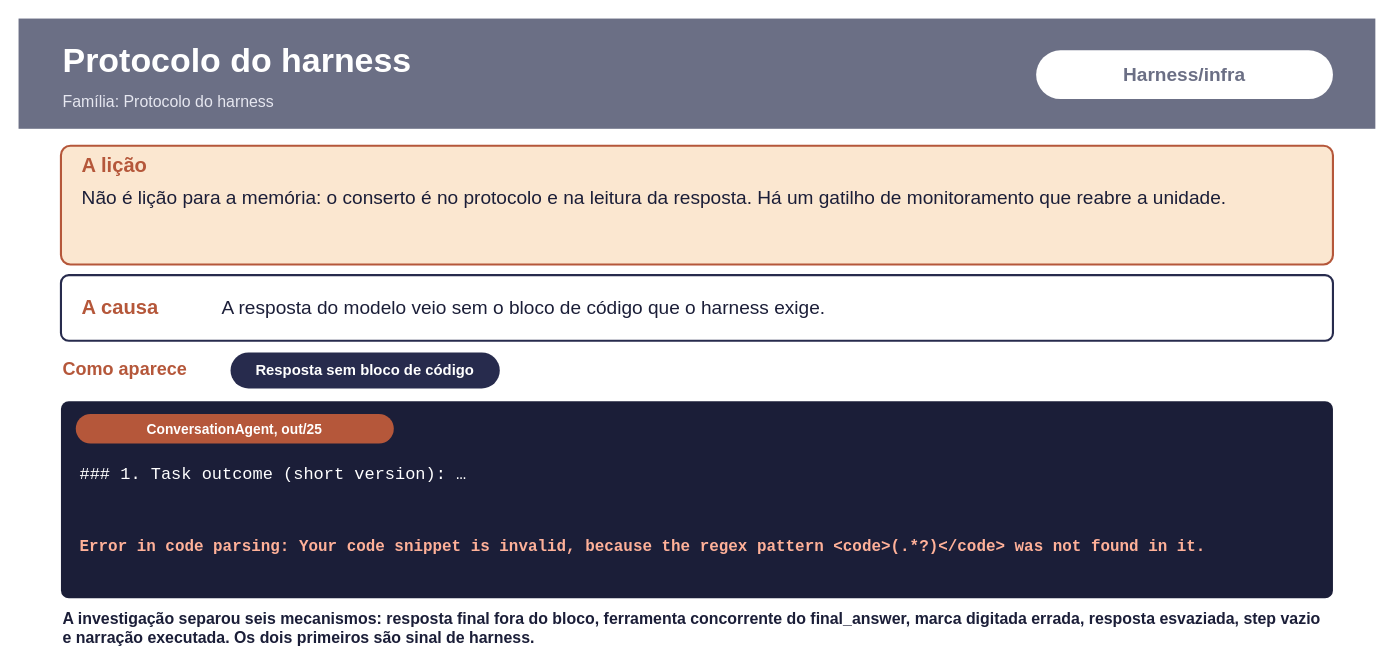
Above: page "Protocolo do harness" (4 of 19) of docs/sources/draw.io/anexo_fichas_unidades.drawio in rc-ventura/memory_layer_ai_agents (draw.io), before the change. Source tidied: cells renumbered, new cells numbered last; positions are measured from the earlier drawing's top-left corner, leaving out a move shared by most shapes. Both pictures are drawn from the tidied source at 106%, with x=0, y=0 at pixel (18, 18).
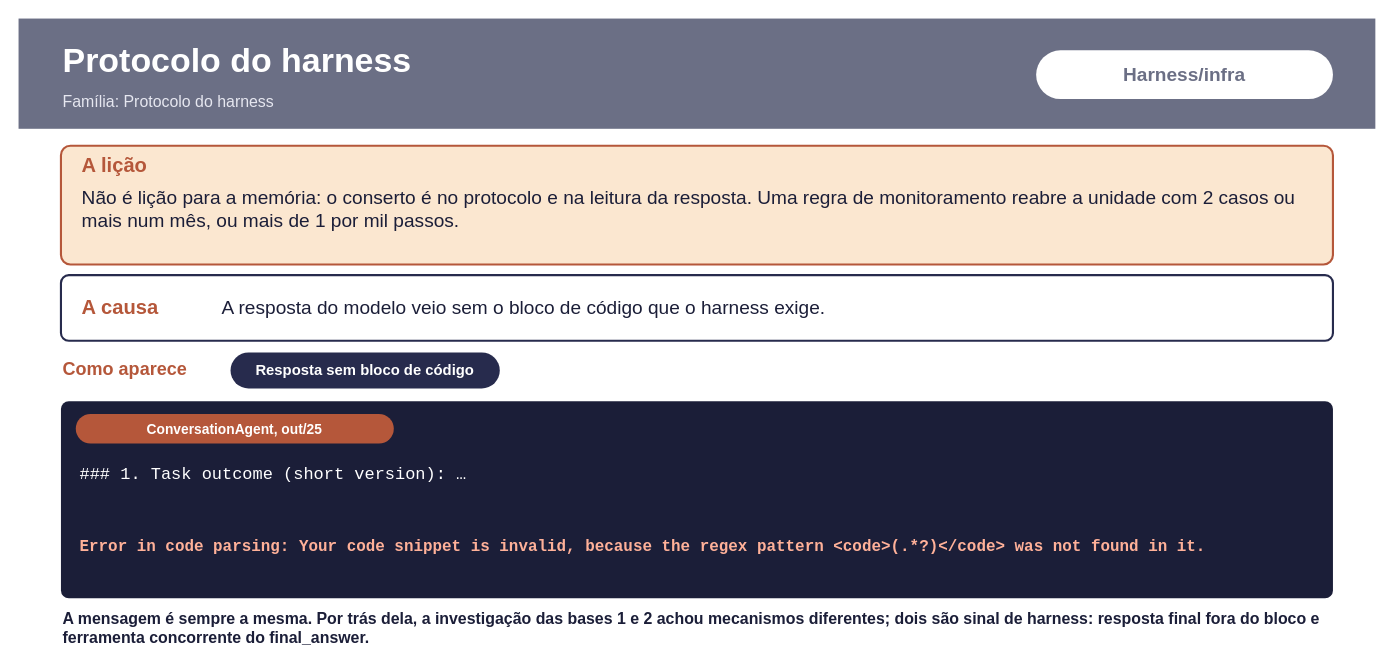
After the change.

What changed in the source:
```diff
@@
 <mxGraphModel>
   <root>
     <mxCell id="0" />
     <mxCell id="1" parent="0" />
     <mxCell id="2" style="html=1;fillColor=#6B6F85;strokeColor=none;" parent="1" vertex="1">
       <mxGeometry width="1280" height="104" as="geometry" />
     </mxCell>
     <mxCell id="3" value="&lt;b&gt;Protocolo do harness&lt;/b&gt;" style="text;html=1;verticalAlign=middle;whiteSpace=wrap;align=left;fontSize=32;fontColor=#FFFFFF;" parent="1" vertex="1">
       <mxGeometry x="40" y="14" width="910" height="52" as="geometry" />
     </mxCell>
     <mxCell id="4" value="Família: Protocolo do harness" style="text;html=1;verticalAlign=middle;whiteSpace=wrap;align=left;fontSize=15;fontColor=#E6E7F0;" parent="1" vertex="1">
       <mxGeometry x="40" y="64" width="880" height="28" as="geometry" />
     </mxCell>
     <mxCell id="5" value="Harness/infra" style="rounded=1;arcSize=50;whiteSpace=wrap;html=1;fillColor=#FFFFFF;strokeColor=none;fontColor=#6B6F85;fontSize=18;fontStyle=1;" parent="1" vertex="1">
       <mxGeometry x="960" y="30" width="280" height="46" as="geometry" />
     </mxCell>
     <mxCell id="6" style="rounded=1;arcSize=8;whiteSpace=wrap;html=1;fillColor=#FBE7D0;strokeColor=#B5573A;strokeWidth=2;" parent="1" vertex="1">
       <mxGeometry x="40" y="120" width="1200" height="112" as="geometry" />
     </mxCell>
     <mxCell id="7" value="&lt;b&gt;A lição&lt;/b&gt;" style="text;html=1;verticalAlign=middle;whiteSpace=wrap;align=left;fontSize=19;fontColor=#B5573A;" parent="1" vertex="1">
       <mxGeometry x="58" y="124" width="300" height="30" as="geometry" />
     </mxCell>
-    <mxCell id="8" value="Não é lição para a memória: o conserto é no protocolo e na leitura da resposta. Há um gatilho de monitoramento que reabre a unidade." style="text;html=1;verticalAlign=top;whiteSpace=wrap;align=left;fontSize=18;fontColor=#1B1E38;" parent="1" vertex="1">
+    <mxCell id="8" value="Não é lição para a memória: o conserto é no protocolo e na leitura da resposta. Uma regra de monitoramento reabre a unidade com 2 casos ou mais num mês, ou mais de 1 por mil passos." style="text;html=1;verticalAlign=top;whiteSpace=wrap;align=left;fontSize=18;fontColor=#1B1E38;" parent="1" vertex="1">
       <mxGeometry x="58" y="152" width="1164" height="76" as="geometry" />
     </mxCell>
     <mxCell id="9" style="rounded=1;arcSize=12;whiteSpace=wrap;html=1;fillColor=#FFFFFF;strokeColor=#272B4D;strokeWidth=2;" parent="1" vertex="1">
       <mxGeometry x="40" y="242" width="1200" height="62" as="geometry" />
     </mxCell>
     <mxCell id="10" value="&lt;b&gt;A causa&lt;/b&gt;" style="text;html=1;verticalAlign=middle;whiteSpace=wrap;align=left;fontSize=19;fontColor=#B5573A;" parent="1" vertex="1">
       <mxGeometry x="58" y="246" width="130" height="54" as="geometry" />
     </mxCell>
     <mxCell id="11" value="A resposta do modelo veio sem o bloco de código que o harness exige." style="text;html=1;verticalAlign=middle;whiteSpace=wrap;align=left;fontSize=18;fontColor=#1B1E38;" parent="1" vertex="1">
       <mxGeometry x="190" y="246" width="1040" height="54" as="geometry" />
     </mxCell>
     <mxCell id="12" value="&lt;b&gt;Como aparece&lt;/b&gt;" style="text;html=1;verticalAlign=middle;whiteSpace=wrap;align=left;fontSize=17;fontColor=#B5573A;" parent="1" vertex="1">
       <mxGeometry x="40" y="314" width="170" height="36" as="geometry" />
     </mxCell>
     <mxCell id="13" value="Resposta sem bloco de código" style="rounded=1;arcSize=50;whiteSpace=wrap;html=1;fillColor=#272B4D;strokeColor=none;fontColor=#FFFFFF;fontSize=14;fontStyle=1;" parent="1" vertex="1">
       <mxGeometry x="200" y="315" width="254" height="34" as="geometry" />
     </mxCell>
     <mxCell id="14" style="rounded=1;arcSize=4;whiteSpace=wrap;html=1;fillColor=#1B1E38;strokeColor=none;" parent="1" vertex="1">
       <mxGeometry x="40" y="361" width="1200" height="186" as="geometry" />
     </mxCell>
     <mxCell id="15" value="ConversationAgent, out/25" style="rounded=1;arcSize=50;whiteSpace=wrap;html=1;fillColor=#B5573A;strokeColor=none;fontColor=#FFFFFF;fontSize=13;fontStyle=1;" parent="1" vertex="1">
       <mxGeometry x="54" y="373" width="300" height="28" as="geometry" />
     </mxCell>
     <mxCell id="16" value="### 1. Task outcome (short version): …" style="text;html=1;verticalAlign=middle;align=left;whiteSpace=wrap;fontFamily=Courier New;fontSize=16;fontColor=#FFFFFF;" parent="1" vertex="1">
       <mxGeometry x="56" y="405" width="1168" height="52" as="geometry" />
     </mxCell>
     <mxCell id="17" value="Error in code parsing: Your code snippet is invalid, because the regex pattern &amp;lt;code&amp;gt;(.*?)&amp;lt;/code&amp;gt; was not found in it." style="text;html=1;verticalAlign=middle;align=left;whiteSpace=wrap;fontFamily=Courier New;fontSize=15;fontStyle=1;fontColor=#FFB199;" parent="1" vertex="1">
       <mxGeometry x="56" y="459" width="1168" height="80" as="geometry" />
     </mxCell>
-    <mxCell id="18" value="&lt;b&gt;A investigação separou seis mecanismos: resposta final fora do bloco, ferramenta concorrente do final_answer, marca digitada errada, resposta esvaziada, step vazio e narração executada. Os dois primeiros são sinal de harness.&lt;/b&gt;" style="text;html=1;verticalAlign=middle;whiteSpace=wrap;align=left;fontSize=15;fontColor=#1B1E38;" parent="1" vertex="1">
+    <mxCell id="18" value="&lt;b&gt;A mensagem é sempre a mesma. Por trás dela, a investigação das bases 1 e 2 achou mecanismos diferentes; dois são sinal de harness: resposta final fora do bloco e ferramenta concorrente do final_answer.&lt;/b&gt;" style="text;html=1;verticalAlign=middle;whiteSpace=wrap;align=left;fontSize=15;fontColor=#1B1E38;" parent="1" vertex="1">
       <mxGeometry x="40" y="553" width="1200" height="44" as="geometry" />
     </mxCell>
   </root>
 </mxGraphModel>
```
